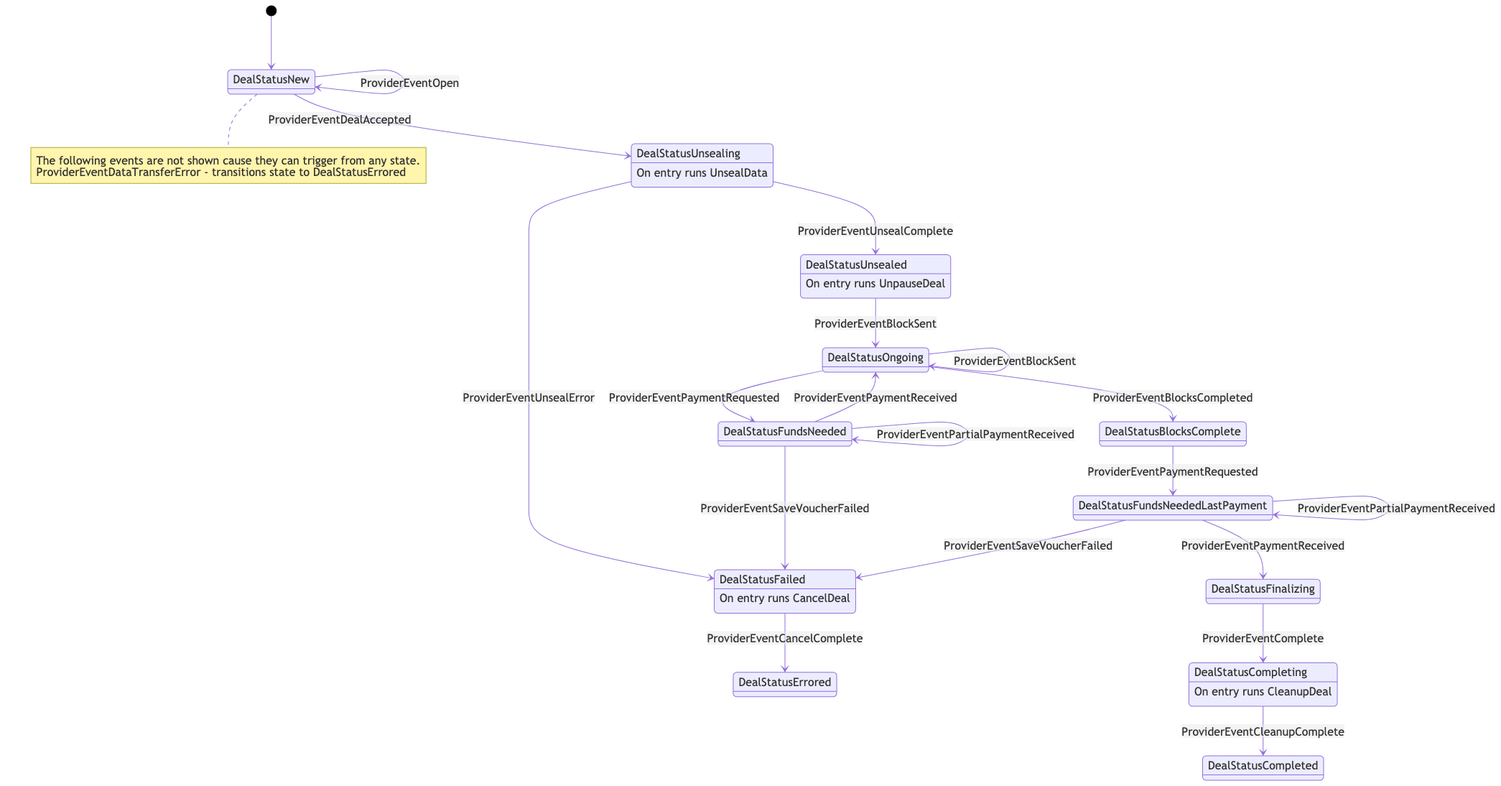
Above: docs/retrievalprovider.mmd.png in filecoin-project/go-fil-markets (Mermaid), before the change. Its source is kept beside it as docs/retrievalprovider.mmd.
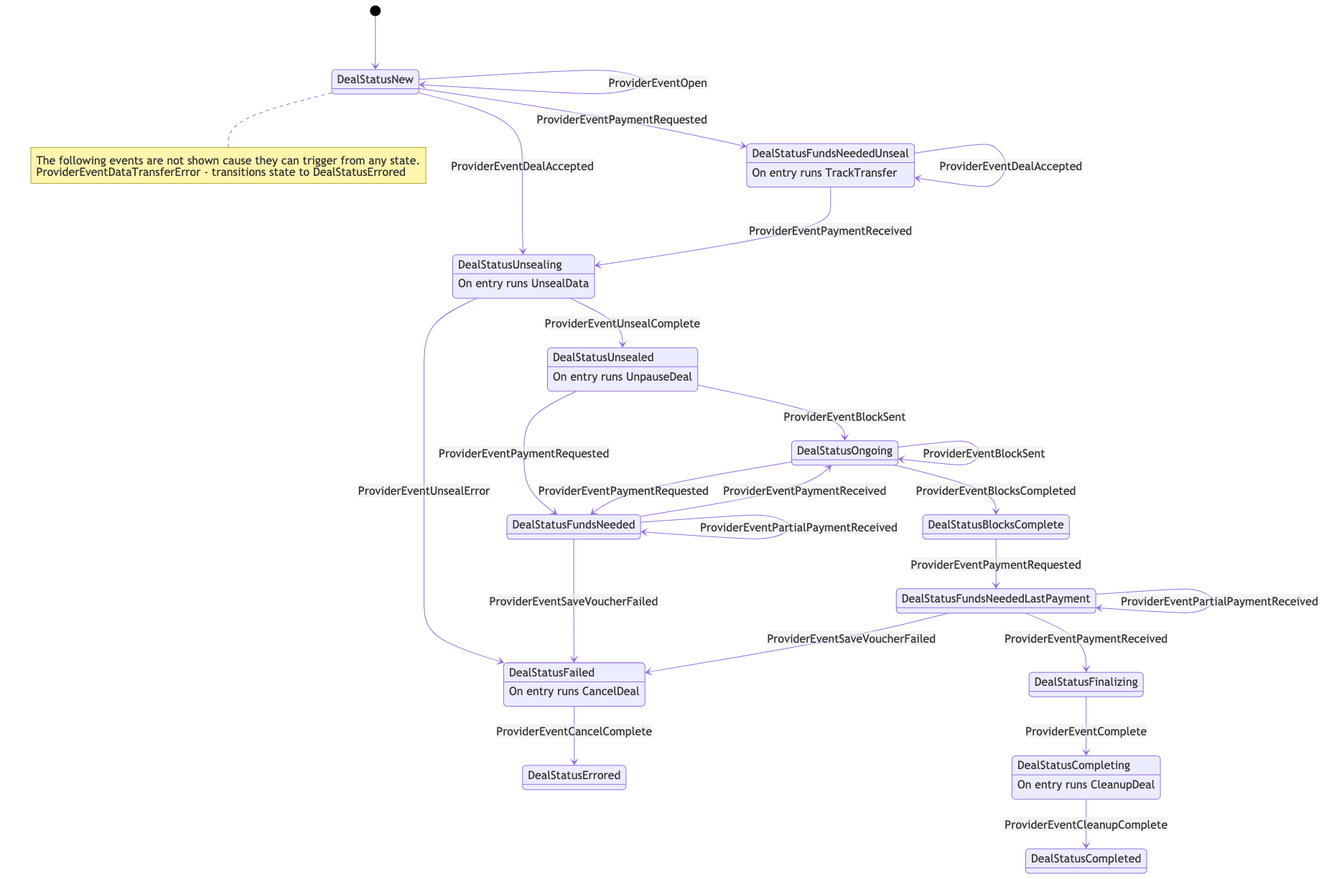
Later version of the same file.

Change to the diagram source:
```diff
@@ -2,19 +2,21 @@
 	state "DealStatusNew" as 0
 	state "DealStatusUnsealing" as 1
 	state "DealStatusUnsealed" as 2
-	state "DealStatusFailed" as 7
-	state "DealStatusFundsNeeded" as 9
-	state "DealStatusOngoing" as 12
-	state "DealStatusFundsNeededLastPayment" as 13
-	state "DealStatusCompleted" as 14
-	state "DealStatusErrored" as 16
-	state "DealStatusBlocksComplete" as 17
-	state "DealStatusFinalizing" as 18
-	state "DealStatusCompleting" as 19
+	state "DealStatusFundsNeededUnseal" as 7
+	state "DealStatusFailed" as 8
+	state "DealStatusFundsNeeded" as 10
+	state "DealStatusOngoing" as 13
+	state "DealStatusFundsNeededLastPayment" as 14
+	state "DealStatusCompleted" as 15
+	state "DealStatusErrored" as 17
+	state "DealStatusBlocksComplete" as 18
+	state "DealStatusFinalizing" as 19
+	state "DealStatusCompleting" as 20
 	1 : On entry runs UnsealData
 	2 : On entry runs UnpauseDeal
-	7 : On entry runs CancelDeal
-	19 : On entry runs CleanupDeal
+	7 : On entry runs TrackTransfer
+	8 : On entry runs CancelDeal
+	20 : On entry runs CleanupDeal
 	[*] --> 0
 	note right of 0
 		The following events are not shown cause they can trigger from any state.
@@ -23,19 +25,23 @@
 	end note
 	0 --> 0 : ProviderEventOpen
 	0 --> 1 : ProviderEventDealAccepted
-	1 --> 7 : ProviderEventUnsealError
+	7 --> 7 : ProviderEventDealAccepted
+	1 --> 8 : ProviderEventUnsealError
 	1 --> 2 : ProviderEventUnsealComplete
-	2 --> 12 : ProviderEventBlockSent
-	12 --> 12 : ProviderEventBlockSent
-	12 --> 17 : ProviderEventBlocksCompleted
-	12 --> 9 : ProviderEventPaymentRequested
-	17 --> 13 : ProviderEventPaymentRequested
-	9 --> 7 : ProviderEventSaveVoucherFailed
-	13 --> 7 : ProviderEventSaveVoucherFailed
-	9 --> 9 : ProviderEventPartialPaymentReceived
-	13 --> 13 : ProviderEventPartialPaymentReceived
-	9 --> 12 : ProviderEventPaymentReceived
-	13 --> 18 : ProviderEventPaymentReceived
-	18 --> 19 : ProviderEventComplete
-	19 --> 14 : ProviderEventCleanupComplete
-	7 --> 16 : ProviderEventCancelComplete
+	2 --> 13 : ProviderEventBlockSent
+	13 --> 13 : ProviderEventBlockSent
+	13 --> 18 : ProviderEventBlocksCompleted
+	0 --> 7 : ProviderEventPaymentRequested
+	2 --> 10 : ProviderEventPaymentRequested
+	13 --> 10 : ProviderEventPaymentRequested
+	18 --> 14 : ProviderEventPaymentRequested
+	10 --> 8 : ProviderEventSaveVoucherFailed
+	14 --> 8 : ProviderEventSaveVoucherFailed
+	10 --> 10 : ProviderEventPartialPaymentReceived
+	14 --> 14 : ProviderEventPartialPaymentReceived
+	7 --> 1 : ProviderEventPaymentReceived
+	10 --> 13 : ProviderEventPaymentReceived
+	14 --> 19 : ProviderEventPaymentReceived
+	19 --> 20 : ProviderEventComplete
+	20 --> 15 : ProviderEventCleanupComplete
+	8 --> 17 : ProviderEventCancelComplete
```
